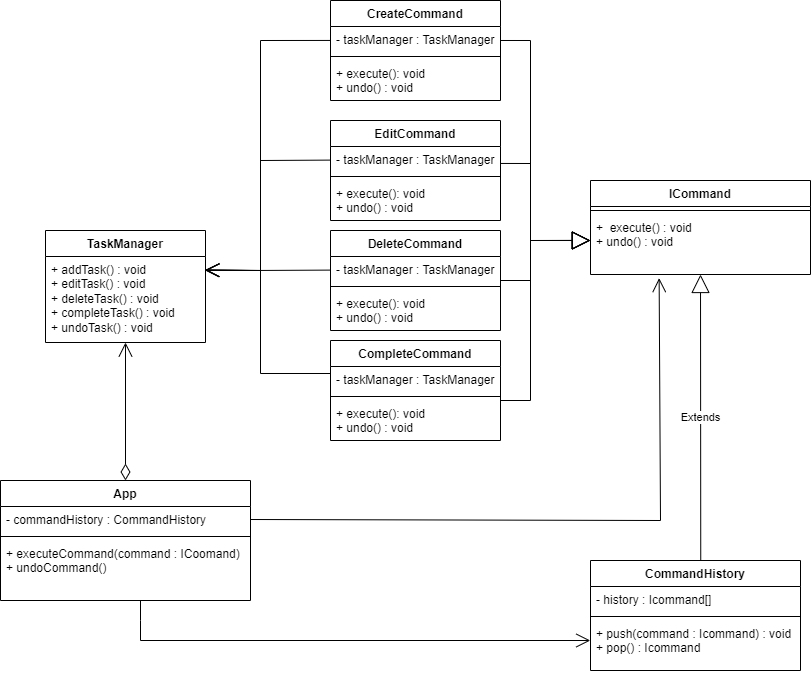
Earlier version of the draw.io export command.png (Davidh120/Patrones). Source tidied: cells renumbered, new cells last; positions are measured from the earlier drawing's top-left corner, leaving out a move shared by most shapes.
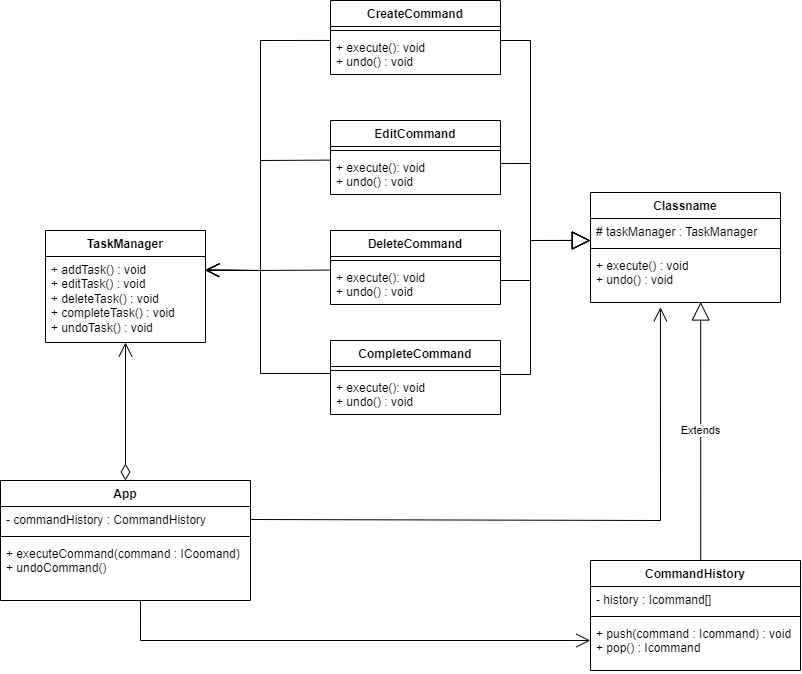
After the commit.

Diff of the diagram source:
```diff
@@ -2,20 +2,11 @@
   <root>
     <mxCell id="0" />
     <mxCell id="1" parent="0" />
-    <mxCell id="2" value="&lt;div&gt;ICommand&lt;/div&gt;" style="swimlane;fontStyle=1;align=center;verticalAlign=top;horizontal=1;startSize=26;whiteSpace=wrap;html=1;" parent="1" vertex="1">
-      <mxGeometry x="590" y="180" width="220" height="94" as="geometry" />
-    </mxCell>
-    <mxCell id="3" style="line;strokeWidth=1;fillColor=none;align=left;verticalAlign=middle;spacingTop=-1;spacingLeft=3;spacingRight=3;labelPosition=right;strokeColor=inherit;" parent="2" vertex="1">
-      <mxGeometry y="26" width="220" height="8" as="geometry" />
-    </mxCell>
-    <mxCell id="4" value="+&amp;nbsp; &lt;span class=&quot;hljs-title function_&quot;&gt;execute&lt;/span&gt;&lt;span class=&quot;hljs-params&quot;&gt;() : void&lt;br&gt;&lt;/span&gt;+ undo() : void" style="text;strokeColor=none;fillColor=none;align=left;verticalAlign=top;spacingLeft=4;spacingRight=4;overflow=hidden;points=[[0,0.5],[1,0.5]];portConstraint=eastwest;whiteSpace=wrap;html=1;" parent="2" vertex="1">
-      <mxGeometry y="34" width="220" height="60" as="geometry" />
-    </mxCell>
     <mxCell id="5" style="endArrow=block;endSize=16;endFill=0;html=1;rounded=0;exitX=1.002;exitY=0;exitDx=0;exitDy=0;exitPerimeter=0;" parent="1" edge="1" source="36">
       <mxGeometry relative="1" as="geometry">
         <mxPoint x="590" y="240" as="targetPoint" />
         <Array as="points">
-          <mxPoint x="530" y="400" />
+          <mxPoint x="530" y="374" />
           <mxPoint x="530" y="240" />
         </Array>
       </mxGeometry>
@@ -30,8 +21,9 @@
         </Array>
       </mxGeometry>
     </mxCell>
-    <mxCell id="7" style="endArrow=block;endSize=16;endFill=0;html=1;rounded=0;entryX=-0.002;entryY=0.532;entryDx=0;entryDy=0;entryPerimeter=0;exitX=1.001;exitY=0.652;exitDx=0;exitDy=0;exitPerimeter=0;" parent="1" edge="1" source="26">
+    <mxCell id="7" style="endArrow=block;endSize=16;endFill=0;html=1;rounded=0;entryX=-0.002;entryY=0.532;entryDx=0;entryDy=0;entryPerimeter=0;exitX=1.001;exitY=0.652;exitDx=0;exitDy=0;exitPerimeter=0;" parent="1" edge="1">
       <mxGeometry relative="1" as="geometry">
+        <mxPoint x="500.2" y="163" as="sourcePoint" />
         <mxPoint x="589.6" y="239.8" as="targetPoint" />
         <Array as="points">
           <mxPoint x="530" y="163" />
@@ -39,8 +31,9 @@
         </Array>
       </mxGeometry>
     </mxCell>
-    <mxCell id="8" style="endArrow=block;endSize=16;endFill=0;html=1;rounded=0;exitX=1.001;exitY=0.538;exitDx=0;exitDy=0;exitPerimeter=0;" parent="1" edge="1" source="22">
+    <mxCell id="8" style="endArrow=block;endSize=16;endFill=0;html=1;rounded=0;exitX=1.001;exitY=0.538;exitDx=0;exitDy=0;exitPerimeter=0;" parent="1" edge="1">
       <mxGeometry relative="1" as="geometry">
+        <mxPoint x="500.2" y="40" as="sourcePoint" />
         <mxPoint x="590" y="240" as="targetPoint" />
         <Array as="points">
           <mxPoint x="530" y="40" />
@@ -60,7 +53,7 @@
     <mxCell id="12" value="&lt;div&gt;+ executeCommand(command : ICoomand)&lt;/div&gt;&lt;div&gt;+&amp;nbsp;undo&lt;span style=&quot;background-color: initial;&quot;&gt;Command()&lt;/span&gt;&lt;/div&gt;" style="text;strokeColor=none;fillColor=none;align=left;verticalAlign=top;spacingLeft=4;spacingRight=4;overflow=hidden;points=[[0,0.5],[1,0.5]];portConstraint=eastwest;whiteSpace=wrap;html=1;" parent="9" vertex="1">
       <mxGeometry y="60" width="250" height="60" as="geometry" />
     </mxCell>
-    <mxCell id="13" style="endArrow=open;endFill=1;endSize=12;html=1;rounded=0;exitX=1;exitY=0.5;exitDx=0;exitDy=0;entryX=0.312;entryY=1.06;entryDx=0;entryDy=0;entryPerimeter=0;" parent="1" edge="1" source="10" target="4">
+    <mxCell id="13" style="endArrow=open;endFill=1;endSize=12;html=1;rounded=0;exitX=1;exitY=0.5;exitDx=0;exitDy=0;entryX=0.368;entryY=1.096;entryDx=0;entryDy=0;entryPerimeter=0;" parent="1" edge="1" source="10" target="46">
       <mxGeometry relative="1" as="geometry">
         <Array as="points">
           <mxPoint x="660" y="520" />
@@ -73,8 +66,9 @@
     <mxCell id="15" value="+ addTask() : void&lt;div&gt;+ editTask() : void&lt;/div&gt;&lt;div&gt;+ deleteTask() : void&lt;/div&gt;&lt;div&gt;+ completeTask() : void&lt;/div&gt;&lt;div&gt;+ undoTask() : void&lt;br&gt;&lt;/div&gt;" style="text;strokeColor=none;fillColor=none;align=left;verticalAlign=top;spacingLeft=4;spacingRight=4;overflow=hidden;whiteSpace=wrap;html=1;" parent="14" vertex="1">
       <mxGeometry y="26" width="160" height="86" as="geometry" />
     </mxCell>
-    <mxCell id="16" style="endArrow=open;endFill=1;endSize=12;html=1;rounded=0;exitX=0;exitY=0.536;exitDx=0;exitDy=0;entryX=0.999;entryY=0.516;entryDx=0;entryDy=0;entryPerimeter=0;exitPerimeter=0;" parent="1" edge="1" source="22">
+    <mxCell id="16" style="endArrow=open;endFill=1;endSize=12;html=1;rounded=0;exitX=0;exitY=0.536;exitDx=0;exitDy=0;entryX=0.999;entryY=0.516;entryDx=0;entryDy=0;entryPerimeter=0;exitPerimeter=0;" parent="1" edge="1">
       <mxGeometry relative="1" as="geometry">
+        <mxPoint x="330" y="39.9" as="sourcePoint" />
         <mxPoint x="204.8" y="269.4" as="targetPoint" />
         <Array as="points">
           <mxPoint x="260" y="40" />
@@ -115,52 +109,40 @@
       <mxGeometry x="-1" y="3" relative="1" as="geometry" />
     </mxCell>
     <mxCell id="21" value="CreateCommand" style="swimlane;fontStyle=1;align=center;verticalAlign=top;horizontal=1;startSize=26;whiteSpace=wrap;html=1;" parent="1" vertex="1">
-      <mxGeometry x="330" width="170" height="100" as="geometry" />
+      <mxGeometry x="330" width="170" height="74" as="geometry" />
     </mxCell>
-    <mxCell id="22" value="- taskManager : TaskManager" style="text;strokeColor=none;fillColor=none;align=left;verticalAlign=top;spacingLeft=4;spacingRight=4;overflow=hidden;points=[[0,0.5],[1,0.5]];portConstraint=eastwest;whiteSpace=wrap;html=1;" parent="21" vertex="1">
-      <mxGeometry y="26" width="170" height="26" as="geometry" />
-    </mxCell>
     <mxCell id="23" style="line;strokeWidth=1;fillColor=none;align=left;verticalAlign=middle;spacingTop=-1;spacingLeft=3;spacingRight=3;labelPosition=right;strokeColor=inherit;" parent="21" vertex="1">
-      <mxGeometry y="52" width="170" height="8" as="geometry" />
+      <mxGeometry y="26" width="170" height="8" as="geometry" />
     </mxCell>
     <mxCell id="24" value="+ execute(): void&lt;div&gt;+ undo() : void&lt;/div&gt;" style="text;strokeColor=none;fillColor=none;align=left;verticalAlign=top;spacingLeft=4;spacingRight=4;overflow=hidden;whiteSpace=wrap;html=1;" parent="21" vertex="1">
-      <mxGeometry y="60" width="170" height="40" as="geometry" />
+      <mxGeometry y="34" width="170" height="40" as="geometry" />
     </mxCell>
     <mxCell id="25" value="EditCommand" style="swimlane;fontStyle=1;align=center;verticalAlign=top;horizontal=1;startSize=26;whiteSpace=wrap;html=1;" parent="1" vertex="1">
-      <mxGeometry x="330" y="120" width="170" height="100" as="geometry" />
+      <mxGeometry x="330" y="120" width="170" height="74" as="geometry" />
     </mxCell>
-    <mxCell id="26" value="- taskManager : TaskManager" style="text;strokeColor=none;fillColor=none;align=left;verticalAlign=top;spacingLeft=4;spacingRight=4;overflow=hidden;points=[[0,0.5],[1,0.5]];portConstraint=eastwest;whiteSpace=wrap;html=1;" parent="25" vertex="1">
-      <mxGeometry y="26" width="170" height="26" as="geometry" />
-    </mxCell>
     <mxCell id="27" style="line;strokeWidth=1;fillColor=none;align=left;verticalAlign=middle;spacingTop=-1;spacingLeft=3;spacingRight=3;labelPosition=right;strokeColor=inherit;" parent="25" vertex="1">
-      <mxGeometry y="52" width="170" height="8" as="geometry" />
+      <mxGeometry y="26" width="170" height="8" as="geometry" />
     </mxCell>
     <mxCell id="28" value="+ execute(): void&lt;div&gt;+ undo() : void&lt;/div&gt;" style="text;strokeColor=none;fillColor=none;align=left;verticalAlign=top;spacingLeft=4;spacingRight=4;overflow=hidden;whiteSpace=wrap;html=1;" parent="25" vertex="1">
-      <mxGeometry y="60" width="170" height="40" as="geometry" />
+      <mxGeometry y="34" width="170" height="40" as="geometry" />
     </mxCell>
     <mxCell id="29" value="DeleteCommand" style="swimlane;fontStyle=1;align=center;verticalAlign=top;horizontal=1;startSize=26;whiteSpace=wrap;html=1;" parent="1" vertex="1">
-      <mxGeometry x="330" y="230" width="170" height="100" as="geometry" />
+      <mxGeometry x="330" y="230" width="170" height="74" as="geometry" />
     </mxCell>
-    <mxCell id="30" value="- taskManager : TaskManager" style="text;strokeColor=none;fillColor=none;align=left;verticalAlign=top;spacingLeft=4;spacingRight=4;overflow=hidden;whiteSpace=wrap;html=1;" parent="29" vertex="1">
-      <mxGeometry y="26" width="170" height="26" as="geometry" />
-    </mxCell>
     <mxCell id="31" style="line;strokeWidth=1;fillColor=none;align=left;verticalAlign=middle;spacingTop=-1;spacingLeft=3;spacingRight=3;labelPosition=right;strokeColor=inherit;" parent="29" vertex="1">
-      <mxGeometry y="52" width="170" height="8" as="geometry" />
+      <mxGeometry y="26" width="170" height="8" as="geometry" />
     </mxCell>
     <mxCell id="32" value="+ execute(): void&lt;div&gt;+ undo() : void&lt;/div&gt;" style="text;strokeColor=none;fillColor=none;align=left;verticalAlign=top;spacingLeft=4;spacingRight=4;overflow=hidden;whiteSpace=wrap;html=1;" parent="29" vertex="1">
-      <mxGeometry y="60" width="170" height="40" as="geometry" />
+      <mxGeometry y="34" width="170" height="40" as="geometry" />
     </mxCell>
     <mxCell id="33" value="CompleteCommand" style="swimlane;fontStyle=1;align=center;verticalAlign=top;horizontal=1;startSize=26;whiteSpace=wrap;html=1;" parent="1" vertex="1">
-      <mxGeometry x="330" y="340" width="170" height="100" as="geometry" />
+      <mxGeometry x="330" y="340" width="170" height="74" as="geometry" />
     </mxCell>
-    <mxCell id="34" value="- taskManager : TaskManager" style="text;strokeColor=none;fillColor=none;align=left;verticalAlign=top;spacingLeft=4;spacingRight=4;overflow=hidden;whiteSpace=wrap;html=1;" parent="33" vertex="1">
-      <mxGeometry y="26" width="170" height="26" as="geometry" />
-    </mxCell>
     <mxCell id="35" style="line;strokeWidth=1;fillColor=none;align=left;verticalAlign=middle;spacingTop=-1;spacingLeft=3;spacingRight=3;labelPosition=right;strokeColor=inherit;" parent="33" vertex="1">
-      <mxGeometry y="52" width="170" height="8" as="geometry" />
+      <mxGeometry y="26" width="170" height="8" as="geometry" />
     </mxCell>
     <mxCell id="36" value="+ execute(): void&lt;div&gt;+ undo() : void&lt;/div&gt;" style="text;strokeColor=none;fillColor=none;align=left;verticalAlign=top;spacingLeft=4;spacingRight=4;overflow=hidden;points=[[0,0.5],[1,0.5]];portConstraint=eastwest;whiteSpace=wrap;html=1;" parent="33" vertex="1">
-      <mxGeometry y="60" width="170" height="40" as="geometry" />
+      <mxGeometry y="34" width="170" height="40" as="geometry" />
     </mxCell>
     <mxCell id="37" value="CommandHistory" style="swimlane;fontStyle=1;align=center;verticalAlign=top;horizontal=1;startSize=26;whiteSpace=wrap;html=1;" parent="1" vertex="1">
       <mxGeometry x="590" y="560" width="210" height="110" as="geometry" />
@@ -182,8 +164,20 @@
         </Array>
       </mxGeometry>
     </mxCell>
-    <mxCell id="42" value="Extends" style="endArrow=block;endSize=16;endFill=0;html=1;rounded=0;exitX=0.525;exitY=0.002;exitDx=0;exitDy=0;exitPerimeter=0;entryX=0.5;entryY=1;entryDx=0;entryDy=0;" parent="1" edge="1" source="37" target="2">
+    <mxCell id="42" value="Extends" style="endArrow=block;endSize=16;endFill=0;html=1;rounded=0;exitX=0.525;exitY=0.002;exitDx=0;exitDy=0;exitPerimeter=0;entryX=0.58;entryY=0.99;entryDx=0;entryDy=0;entryPerimeter=0;" parent="1" edge="1" source="37" target="46">
       <mxGeometry relative="1" as="geometry" />
     </mxCell>
+    <mxCell id="43" value="Classname" style="swimlane;fontStyle=1;align=center;verticalAlign=top;horizontal=1;startSize=26;whiteSpace=wrap;html=1;" parent="1" vertex="1">
+      <mxGeometry x="590" y="192" width="190" height="110" as="geometry" />
+    </mxCell>
+    <mxCell id="44" value="# taskManager : TaskManager" style="text;strokeColor=none;fillColor=none;align=left;verticalAlign=top;spacingLeft=4;spacingRight=4;overflow=hidden;whiteSpace=wrap;html=1;" parent="43" vertex="1">
+      <mxGeometry y="26" width="190" height="26" as="geometry" />
+    </mxCell>
+    <mxCell id="45" style="line;strokeWidth=1;fillColor=none;align=left;verticalAlign=middle;spacingTop=-1;spacingLeft=3;spacingRight=3;labelPosition=right;strokeColor=inherit;" parent="43" vertex="1">
+      <mxGeometry y="52" width="190" height="8" as="geometry" />
+    </mxCell>
+    <mxCell id="46" value="+ execute() : void&lt;div&gt;+ undo() : void&lt;/div&gt;" style="text;strokeColor=none;fillColor=none;align=left;verticalAlign=top;spacingLeft=4;spacingRight=4;overflow=hidden;points=[[0,0.5],[1,0.5]];portConstraint=eastwest;whiteSpace=wrap;html=1;" parent="43" vertex="1">
+      <mxGeometry y="60" width="190" height="50" as="geometry" />
+    </mxCell>
   </root>
 </mxGraphModel>
```
